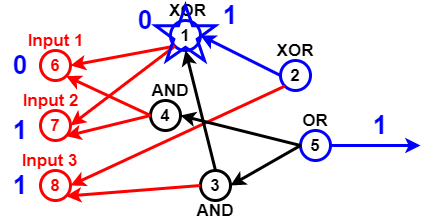
Above: Untitled Diagram.png in sara1024/-CCF201412-2-Z- (draw.io), before the change. Source tidied: cells renumbered, new cells last; positions are measured from the earlier drawing's top-left corner, leaving out a move shared by most shapes.
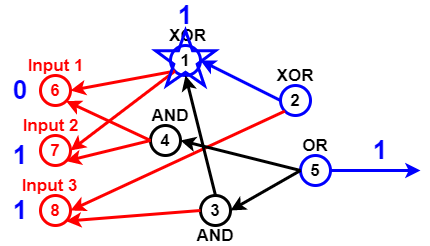
After the commit.

Change to the diagram source:
```diff
@@ -100,11 +100,8 @@
     <mxCell id="33" style="verticalLabelPosition=bottom;verticalAlign=top;html=1;shape=mxgraph.basic.star;strokeWidth=3;fillColor=none;gradientColor=none;fontSize=26;fontColor=#0000FF;strokeColor=#0000FF;" parent="1" vertex="1">
       <mxGeometry x="155" y="5" width="60" height="55" as="geometry" />
     </mxCell>
-    <mxCell id="34" value="0" style="text;html=1;strokeColor=none;fillColor=none;align=center;verticalAlign=middle;whiteSpace=wrap;rounded=0;fontSize=26;fontColor=#0000FF;fontStyle=1;" parent="1" vertex="1">
-      <mxGeometry x="125" y="10" width="40" height="20" as="geometry" />
-    </mxCell>
     <mxCell id="35" value="1" style="text;html=1;strokeColor=none;fillColor=none;align=center;verticalAlign=middle;whiteSpace=wrap;rounded=0;fontSize=26;fontColor=#0000FF;fontStyle=1;" parent="1" vertex="1">
-      <mxGeometry x="210" y="5" width="40" height="20" as="geometry" />
+      <mxGeometry x="165" y="-20" width="40" height="20" as="geometry" />
     </mxCell>
   </root>
 </mxGraphModel>
```
